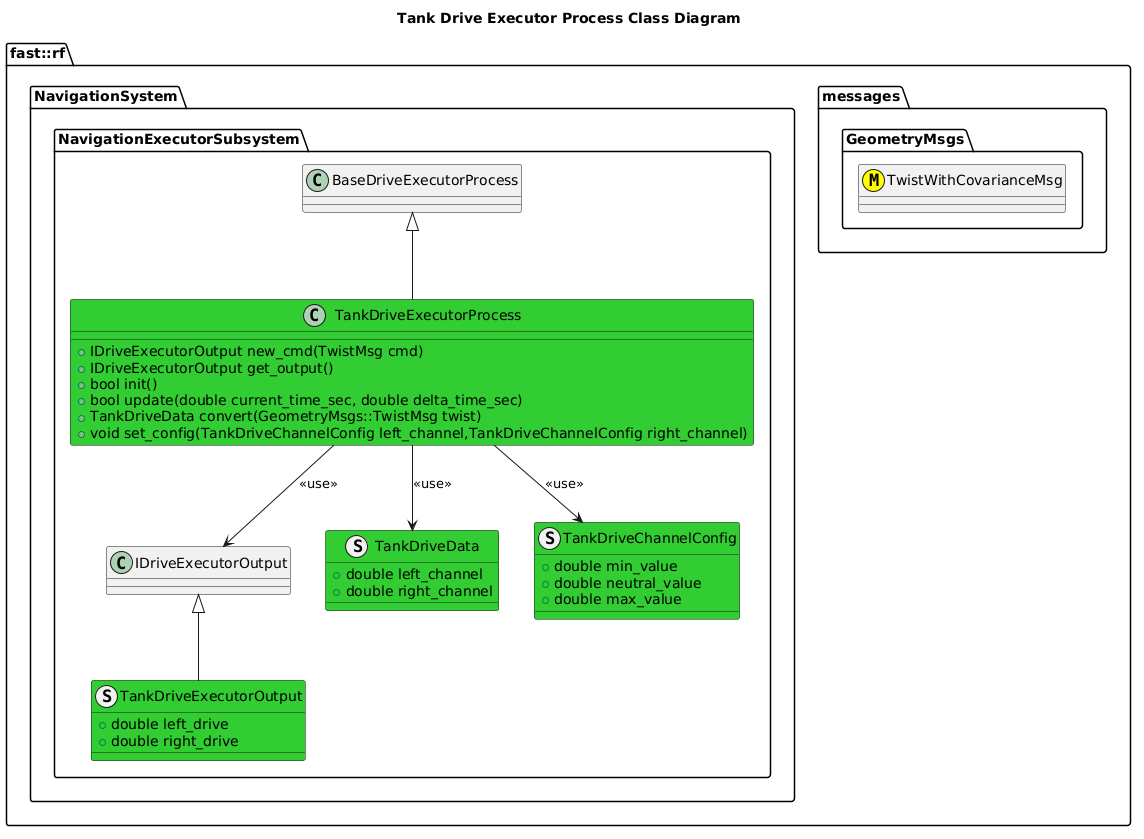
This is Systems/Navigation/Subsystems/NavigationExecutor/Processes/DriveExecutor/doc/ProcessImplementations/puml/TankDriveExecutorClassDiagram.png from fastrobotics/robot_framework, a PlantUML export, as it was before one commit. The source it was exported from:
```plantuml
@startuml
title Tank Drive Executor Process Class Diagram

namespace fast::rf {
  namespace messages {
    namespace GeometryMsgs {
      class TwistWithCovarianceMsg <<(M,#FFFF00)>>
    }
  }
  namespace NavigationSystem {
    namespace NavigationExecutorSubsystem {
      class BaseDriveExecutorProcess
      class IDriveExecutorOutput
      struct TankDriveData #LimeGreen {
          +double left_channel
          +double right_channel
      }
      struct TankDriveChannelConfig #LimeGreen {
          +double min_value
          +double neutral_value
          +double max_value
      }
      struct TankDriveExecutorOutput #LimeGreen {
          +double left_drive
          +double right_drive
      }
      TankDriveExecutorOutput -up-|> IDriveExecutorOutput
      class TankDriveExecutorProcess #LimeGreen {
          +IDriveExecutorOutput new_cmd(TwistMsg cmd)
          +IDriveExecutorOutput get_output()
          +bool init()
          +bool update(double current_time_sec, double delta_time_sec)
          +TankDriveData convert(GeometryMsgs::TwistMsg twist)
          +void set_config(TankDriveChannelConfig left_channel,TankDriveChannelConfig right_channel)
      }
      TankDriveExecutorProcess -up-|> BaseDriveExecutorProcess
      TankDriveExecutorProcess --> IDriveExecutorOutput: <<use>>
      TankDriveExecutorProcess --> TankDriveData: <<use>>
      TankDriveExecutorProcess --> TankDriveChannelConfig: <<use>>


    }
  }
}
@enduml
```
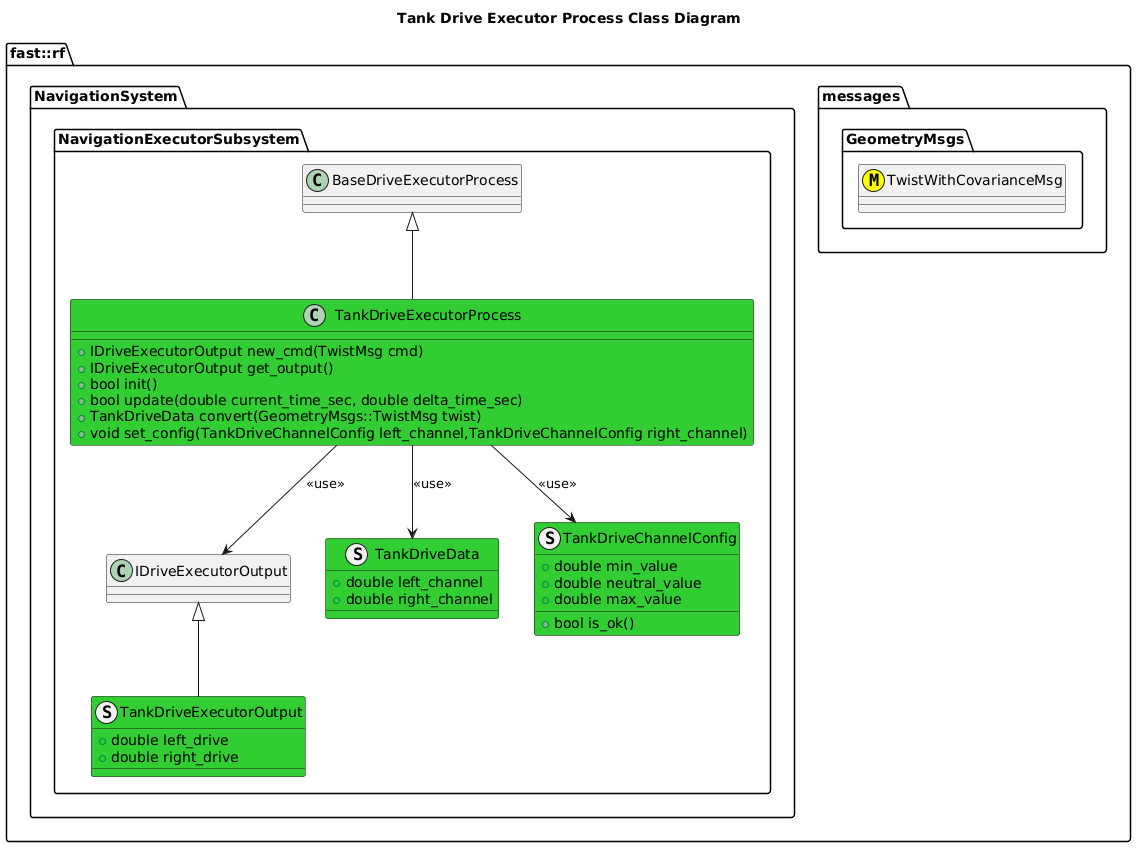
The same file after the commit.

Diff of the diagram source:
```diff
@@ -19,6 +19,7 @@
           +double min_value
           +double neutral_value
           +double max_value
+          +bool is_ok()
       }
       struct TankDriveExecutorOutput #LimeGreen {
           +double left_drive
```
